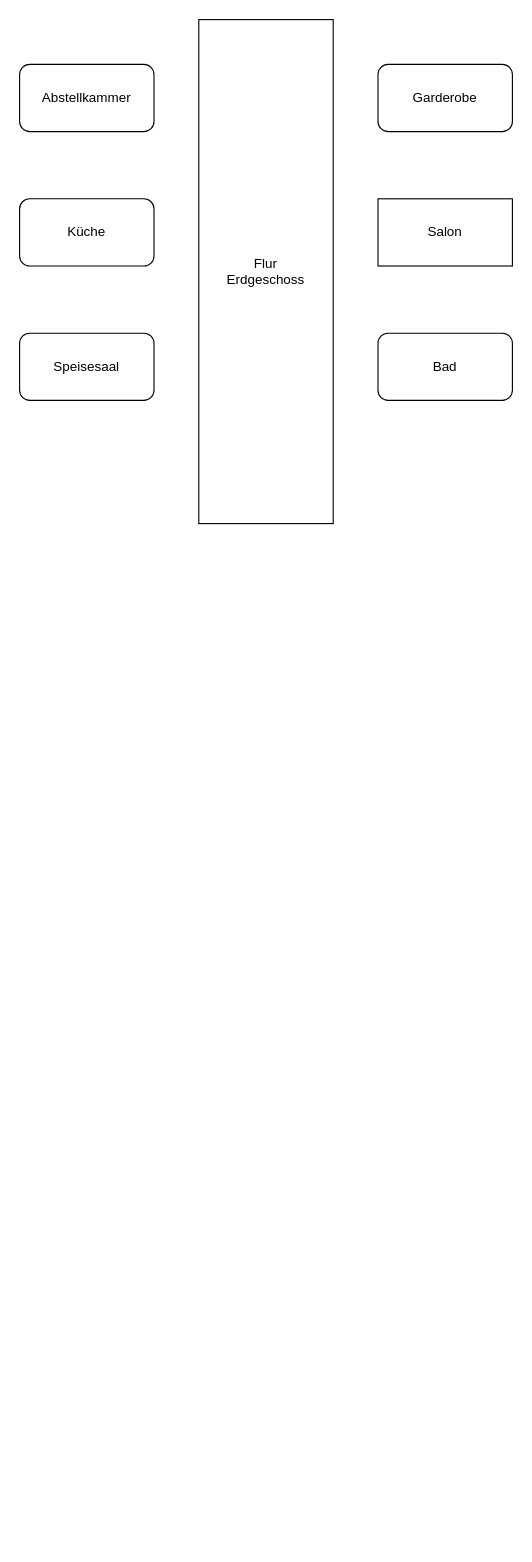
The draw.io diagram concept/rooms.drawio in AljoshaVieth/SoftwareDesignTextAdventure, before the edit. Source tidied: cells renumbered, new cells numbered last; positions are measured from the earlier drawing's top-left corner, leaving out a move shared by most shapes. Both pictures are drawn from the tidied source at 112%, with x=0, y=0 at pixel (19, 19).
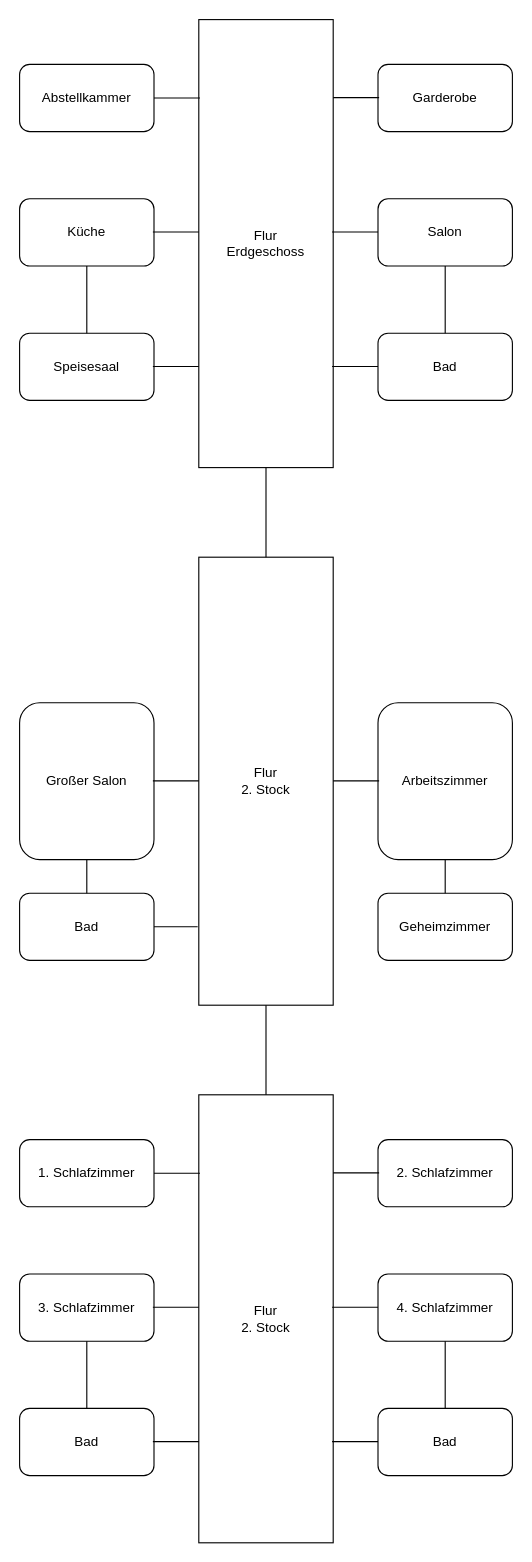
After the change.

The edit, as a diff of the source:
```diff
@@
-    <mxCell id="2" style="group;" parent="1" vertex="1">
-      <mxGeometry width="440" height="450" as="geometry" />
-    </mxCell>
+    <mxCell id="10" style="group;" parent="1" vertex="1">
+      <mxGeometry width="440" height="400" as="geometry" />
+    </mxCell>
-    <mxCell id="3" value="Flur&lt;br&gt;Erdgeschoss" style="rounded=0;whiteSpace=wrap;html=1;" parent="2" vertex="1">
-      <mxGeometry x="160" width="120" height="450" as="geometry" />
+    <mxCell id="3" value="Flur&lt;br&gt;Erdgeschoss" style="rounded=0;whiteSpace=wrap;html=1;" parent="10" vertex="1">
+      <mxGeometry x="160" width="120" height="400" as="geometry" />
     </mxCell>
-    <mxCell id="4" value="Garderobe" style="rounded=1;whiteSpace=wrap;html=1;" parent="2" vertex="1">
+    <mxCell id="4" value="Garderobe" style="rounded=1;whiteSpace=wrap;html=1;" parent="10" vertex="1">
       <mxGeometry x="320" y="40" width="120" height="60" as="geometry" />
     </mxCell>
-    <mxCell id="5" value="Abstellkammer" style="rounded=1;whiteSpace=wrap;html=1;" parent="2" vertex="1">
+    <mxCell id="5" value="Abstellkammer" style="rounded=1;whiteSpace=wrap;html=1;" parent="10" vertex="1">
       <mxGeometry y="40" width="120" height="60" as="geometry" />
     </mxCell>
-    <mxCell id="6" value="Küche" style="rounded=1;whiteSpace=wrap;html=1;" parent="2" vertex="1">
+    <mxCell id="6" value="Küche" style="rounded=1;whiteSpace=wrap;html=1;" parent="10" vertex="1">
       <mxGeometry y="160" width="120" height="60" as="geometry" />
     </mxCell>
-    <mxCell id="7" value="Speisesaal" style="rounded=1;whiteSpace=wrap;html=1;" parent="2" vertex="1">
+    <mxCell id="7" value="Speisesaal" style="rounded=1;whiteSpace=wrap;html=1;" parent="10" vertex="1">
       <mxGeometry y="280" width="120" height="60" as="geometry" />
     </mxCell>
-    <mxCell id="8" value="Salon" style="rounded=0;whiteSpace=wrap;html=1;" parent="2" vertex="1">
+    <mxCell id="8" value="Salon" style="rounded=1;whiteSpace=wrap;html=1;" parent="10" vertex="1">
       <mxGeometry x="320" y="160" width="120" height="60" as="geometry" />
     </mxCell>
-    <mxCell id="9" value="Bad" style="rounded=1;whiteSpace=wrap;html=1;" parent="2" vertex="1">
+    <mxCell id="9" value="Bad" style="rounded=1;whiteSpace=wrap;html=1;" parent="10" vertex="1">
       <mxGeometry x="320" y="280" width="120" height="60" as="geometry" />
     </mxCell>
+    <mxCell id="11" style="endArrow=none;html=1;exitX=1;exitY=0.5;exitDx=0;exitDy=0;" parent="10" edge="1" source="5">
+      <mxGeometry relative="1" as="geometry">
+        <mxPoint x="161" y="70" as="targetPoint" />
+      </mxGeometry>
+    </mxCell>
+    <mxCell id="12" style="endArrow=none;html=1;exitX=1;exitY=0.5;exitDx=0;exitDy=0;" parent="10" edge="1">
+      <mxGeometry relative="1" as="geometry">
+        <mxPoint x="119" y="189.7" as="sourcePoint" />
+        <mxPoint x="160" y="189.7" as="targetPoint" />
+      </mxGeometry>
+    </mxCell>
+    <mxCell id="13" style="endArrow=none;html=1;exitX=1;exitY=0.5;exitDx=0;exitDy=0;" parent="10" edge="1">
+      <mxGeometry relative="1" as="geometry">
+        <mxPoint x="119" y="309.7" as="sourcePoint" />
+        <mxPoint x="160" y="309.7" as="targetPoint" />
+      </mxGeometry>
+    </mxCell>
+    <mxCell id="14" style="endArrow=none;html=1;exitX=1;exitY=0.5;exitDx=0;exitDy=0;" parent="10" edge="1">
+      <mxGeometry relative="1" as="geometry">
+        <mxPoint x="280" y="69.7" as="sourcePoint" />
+        <mxPoint x="321" y="69.7" as="targetPoint" />
+      </mxGeometry>
+    </mxCell>
+    <mxCell id="15" style="endArrow=none;html=1;exitX=1;exitY=0.5;exitDx=0;exitDy=0;" parent="10" edge="1">
+      <mxGeometry relative="1" as="geometry">
+        <mxPoint x="279" y="189.7" as="sourcePoint" />
+        <mxPoint x="320" y="189.7" as="targetPoint" />
+      </mxGeometry>
+    </mxCell>
+    <mxCell id="16" style="endArrow=none;html=1;exitX=1;exitY=0.5;exitDx=0;exitDy=0;" parent="10" edge="1">
+      <mxGeometry relative="1" as="geometry">
+        <mxPoint x="279" y="309.7" as="sourcePoint" />
+        <mxPoint x="320" y="309.7" as="targetPoint" />
+      </mxGeometry>
+    </mxCell>
+    <mxCell id="17" style="endArrow=none;html=1;entryX=0.5;entryY=1;entryDx=0;entryDy=0;exitX=0.5;exitY=0;exitDx=0;exitDy=0;" parent="10" edge="1" source="7" target="6">
+      <mxGeometry relative="1" as="geometry" />
+    </mxCell>
+    <mxCell id="18" style="endArrow=none;html=1;entryX=0.5;entryY=1;entryDx=0;entryDy=0;exitX=0.5;exitY=0;exitDx=0;exitDy=0;" parent="10" edge="1" source="9" target="8">
+      <mxGeometry relative="1" as="geometry" />
+    </mxCell>
+    <mxCell id="19" style="group;" parent="1" vertex="1">
+      <mxGeometry y="480" width="440" height="400" as="geometry" />
+    </mxCell>
+    <mxCell id="20" value="Flur&lt;br&gt;2. Stock" style="rounded=0;whiteSpace=wrap;html=1;" parent="19" vertex="1">
+      <mxGeometry x="160" width="120" height="400" as="geometry" />
+    </mxCell>
+    <mxCell id="21" value="Großer Salon" style="rounded=1;whiteSpace=wrap;html=1;" parent="19" vertex="1">
+      <mxGeometry y="130" width="120" height="140" as="geometry" />
+    </mxCell>
+    <mxCell id="22" value="Arbeitszimmer" style="rounded=1;whiteSpace=wrap;html=1;" parent="19" vertex="1">
+      <mxGeometry x="320" y="130" width="120" height="140" as="geometry" />
+    </mxCell>
+    <mxCell id="23" value="Geheimzimmer" style="rounded=1;whiteSpace=wrap;html=1;" parent="19" vertex="1">
+      <mxGeometry x="320" y="300" width="120" height="60" as="geometry" />
+    </mxCell>
+    <mxCell id="24" style="endArrow=none;html=1;exitX=1;exitY=0.5;exitDx=0;exitDy=0;" parent="19" edge="1">
+      <mxGeometry relative="1" as="geometry">
+        <mxPoint x="119" y="199.7" as="sourcePoint" />
+        <mxPoint x="160" y="199.7" as="targetPoint" />
+      </mxGeometry>
+    </mxCell>
+    <mxCell id="25" style="endArrow=none;html=1;exitX=1;exitY=0.5;exitDx=0;exitDy=0;" parent="19" edge="1">
+      <mxGeometry relative="1" as="geometry">
+        <mxPoint x="280" y="199.7" as="sourcePoint" />
+        <mxPoint x="321" y="199.7" as="targetPoint" />
+      </mxGeometry>
+    </mxCell>
+    <mxCell id="26" style="endArrow=none;html=1;entryX=0.5;entryY=1;entryDx=0;entryDy=0;" parent="19" edge="1" target="22">
+      <mxGeometry relative="1" as="geometry">
+        <mxPoint x="380" y="300" as="sourcePoint" />
+      </mxGeometry>
+    </mxCell>
+    <mxCell id="27" value="Bad" style="rounded=1;whiteSpace=wrap;html=1;" parent="19" vertex="1">
+      <mxGeometry y="300" width="120" height="60" as="geometry" />
+    </mxCell>
+    <mxCell id="28" style="endArrow=none;html=1;exitX=1;exitY=0.5;exitDx=0;exitDy=0;" parent="19" edge="1" source="27">
+      <mxGeometry relative="1" as="geometry">
+        <mxPoint x="159" y="330" as="targetPoint" />
+      </mxGeometry>
+    </mxCell>
+    <mxCell id="29" style="endArrow=none;html=1;entryX=0.5;entryY=1;entryDx=0;entryDy=0;exitX=0.5;exitY=0;exitDx=0;exitDy=0;" parent="19" edge="1" source="27" target="21">
+      <mxGeometry relative="1" as="geometry" />
+    </mxCell>
+    <mxCell id="30" style="endArrow=none;html=1;entryX=0.5;entryY=1;entryDx=0;entryDy=0;exitX=0.5;exitY=0;exitDx=0;exitDy=0;" parent="1" edge="1" source="20" target="3">
+      <mxGeometry relative="1" as="geometry" />
+    </mxCell>
+    <mxCell id="31" style="group;" parent="1" vertex="1">
+      <mxGeometry y="960" width="440" height="400" as="geometry" />
+    </mxCell>
+    <mxCell id="32" value="Flur&lt;br&gt;2. Stock" style="rounded=0;whiteSpace=wrap;html=1;" parent="31" vertex="1">
+      <mxGeometry x="160" width="120" height="400" as="geometry" />
+    </mxCell>
+    <mxCell id="33" value="2. Schlafzimmer" style="rounded=1;whiteSpace=wrap;html=1;" parent="31" vertex="1">
+      <mxGeometry x="320" y="40" width="120" height="60" as="geometry" />
+    </mxCell>
+    <mxCell id="34" value="1. Schlafzimmer" style="rounded=1;whiteSpace=wrap;html=1;" parent="31" vertex="1">
+      <mxGeometry y="40" width="120" height="60" as="geometry" />
+    </mxCell>
+    <mxCell id="35" value="3. Schlafzimmer" style="rounded=1;whiteSpace=wrap;html=1;" parent="31" vertex="1">
+      <mxGeometry y="160" width="120" height="60" as="geometry" />
+    </mxCell>
+    <mxCell id="36" value="Bad" style="rounded=1;whiteSpace=wrap;html=1;" parent="31" vertex="1">
+      <mxGeometry y="280" width="120" height="60" as="geometry" />
+    </mxCell>
+    <mxCell id="37" value="4. Schlafzimmer" style="rounded=1;whiteSpace=wrap;html=1;" parent="31" vertex="1">
+      <mxGeometry x="320" y="160" width="120" height="60" as="geometry" />
+    </mxCell>
+    <mxCell id="38" value="Bad" style="rounded=1;whiteSpace=wrap;html=1;" parent="31" vertex="1">
+      <mxGeometry x="320" y="280" width="120" height="60" as="geometry" />
+    </mxCell>
+    <mxCell id="39" style="endArrow=none;html=1;exitX=1;exitY=0.5;exitDx=0;exitDy=0;" parent="31" edge="1" source="34">
+      <mxGeometry relative="1" as="geometry">
+        <mxPoint x="161" y="70" as="targetPoint" />
+      </mxGeometry>
+    </mxCell>
+    <mxCell id="40" style="endArrow=none;html=1;exitX=1;exitY=0.5;exitDx=0;exitDy=0;" parent="31" edge="1">
+      <mxGeometry relative="1" as="geometry">
+        <mxPoint x="119" y="189.7" as="sourcePoint" />
+        <mxPoint x="160" y="189.7" as="targetPoint" />
+      </mxGeometry>
+    </mxCell>
+    <mxCell id="41" style="endArrow=none;html=1;exitX=1;exitY=0.5;exitDx=0;exitDy=0;" parent="31" edge="1">
+      <mxGeometry relative="1" as="geometry">
+        <mxPoint x="119" y="309.7" as="sourcePoint" />
+        <mxPoint x="160" y="309.7" as="targetPoint" />
+      </mxGeometry>
+    </mxCell>
+    <mxCell id="42" style="endArrow=none;html=1;exitX=1;exitY=0.5;exitDx=0;exitDy=0;" parent="31" edge="1">
+      <mxGeometry relative="1" as="geometry">
+        <mxPoint x="280" y="69.7" as="sourcePoint" />
+        <mxPoint x="321" y="69.7" as="targetPoint" />
+      </mxGeometry>
+    </mxCell>
+    <mxCell id="43" style="endArrow=none;html=1;exitX=1;exitY=0.5;exitDx=0;exitDy=0;" parent="31" edge="1">
+      <mxGeometry relative="1" as="geometry">
+        <mxPoint x="279" y="189.7" as="sourcePoint" />
+        <mxPoint x="320" y="189.7" as="targetPoint" />
+      </mxGeometry>
+    </mxCell>
+    <mxCell id="44" style="endArrow=none;html=1;exitX=1;exitY=0.5;exitDx=0;exitDy=0;" parent="31" edge="1">
+      <mxGeometry relative="1" as="geometry">
+        <mxPoint x="279" y="309.7" as="sourcePoint" />
+        <mxPoint x="320" y="309.7" as="targetPoint" />
+      </mxGeometry>
+    </mxCell>
+    <mxCell id="45" style="endArrow=none;html=1;entryX=0.5;entryY=1;entryDx=0;entryDy=0;exitX=0.5;exitY=0;exitDx=0;exitDy=0;" parent="31" edge="1" source="36" target="35">
+      <mxGeometry relative="1" as="geometry" />
+    </mxCell>
+    <mxCell id="46" style="endArrow=none;html=1;entryX=0.5;entryY=1;entryDx=0;entryDy=0;exitX=0.5;exitY=0;exitDx=0;exitDy=0;" parent="31" edge="1" source="38" target="37">
+      <mxGeometry relative="1" as="geometry" />
+    </mxCell>
+    <mxCell id="47" style="endArrow=none;html=1;entryX=0.5;entryY=1;entryDx=0;entryDy=0;exitX=0.5;exitY=0;exitDx=0;exitDy=0;" parent="1" edge="1" source="32" target="20">
+      <mxGeometry relative="1" as="geometry" />
+    </mxCell>
```
